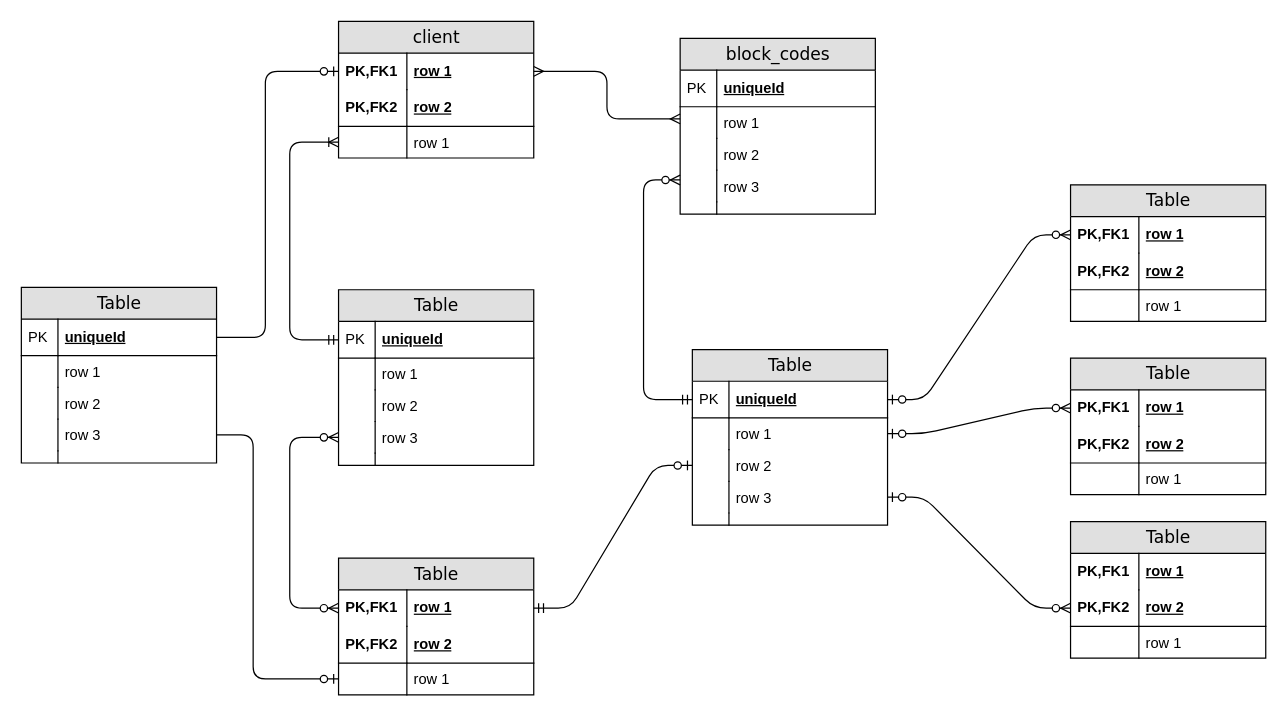
The draw.io diagram DataBase/Диаграмма без названия.drawio in Zireael239/---, before the edit. Source tidied: cells renumbered, new cells numbered last; positions are measured from the earlier drawing's top-left corner, leaving out a move shared by most shapes. Both pictures are drawn from the tidied source at 122%, with x=0, y=0 at pixel (21, 21).
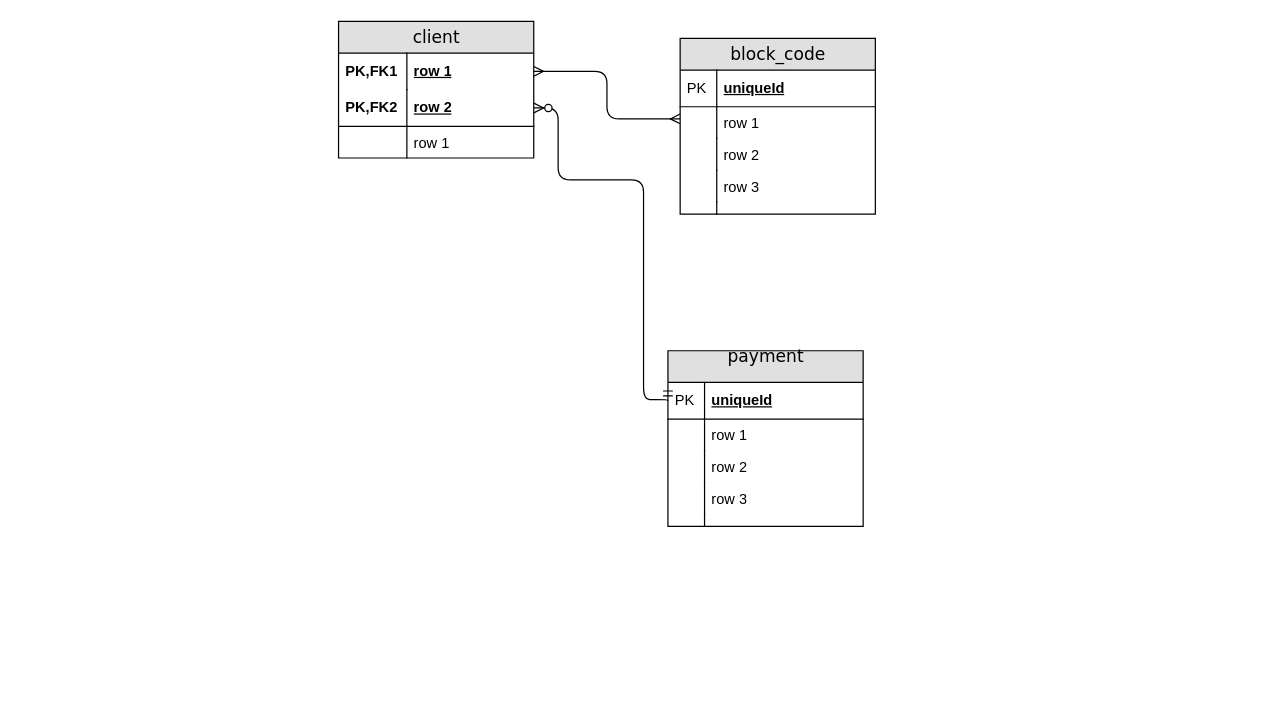
The same diagram, later.

The change refers to these unchanged cells:
```xml
<mxCell id="3" value="row 1" style="shape=partialRectangle;top=0;left=0;right=0;bottom=0;html=1;align=left;verticalAlign=middle;fillColor=none;spacingLeft=60;spacingRight=4;whiteSpace=wrap;overflow=hidden;points=[[0,0.5],[1,0.5]];portConstraint=eastwest;fontStyle=5;" parent="2" vertex="1">
  <mxGeometry y="26" width="160" height="30" as="geometry" />
</mxCell>
<mxCell id="5" value="row 2" style="shape=partialRectangle;top=0;left=0;right=0;bottom=1;html=1;align=left;verticalAlign=middle;fillColor=none;spacingLeft=60;spacingRight=4;whiteSpace=wrap;overflow=hidden;points=[[0,0.5],[1,0.5]];portConstraint=eastwest;fontStyle=5;" parent="2" vertex="1">
  <mxGeometry y="56" width="160" height="30" as="geometry" />
</mxCell>
<mxCell id="7" value="row 1" style="shape=partialRectangle;top=0;left=0;right=0;bottom=0;html=1;align=left;verticalAlign=top;fillColor=none;spacingLeft=60;spacingRight=4;whiteSpace=wrap;overflow=hidden;points=[[0,0.5],[1,0.5]];portConstraint=eastwest;" parent="2" vertex="1">
  <mxGeometry y="86" width="160" height="26" as="geometry" />
</mxCell>
<mxCell id="16" value="row 3" style="shape=partialRectangle;top=0;left=0;right=0;bottom=0;html=1;align=left;verticalAlign=top;fillColor=none;spacingLeft=34;spacingRight=4;whiteSpace=wrap;overflow=hidden;points=[[0,0.5],[1,0.5]];portConstraint=eastwest;" parent="9" vertex="1">
  <mxGeometry y="108" width="160" height="26" as="geometry" />
</mxCell>
<mxCell id="32" value="uniqueId" style="shape=partialRectangle;top=0;left=0;right=0;bottom=1;html=1;align=left;verticalAlign=middle;fillColor=none;spacingLeft=34;spacingRight=4;whiteSpace=wrap;overflow=hidden;points=[[0,0.5],[1,0.5]];portConstraint=eastwest;fontStyle=5;" parent="31" vertex="1">
  <mxGeometry y="26" width="160" height="30" as="geometry" />
</mxCell>
<mxCell id="34" value="row 1" style="shape=partialRectangle;top=0;left=0;right=0;bottom=0;html=1;align=left;verticalAlign=top;fillColor=none;spacingLeft=34;spacingRight=4;whiteSpace=wrap;overflow=hidden;points=[[0,0.5],[1,0.5]];portConstraint=eastwest;" parent="31" vertex="1">
  <mxGeometry y="56" width="160" height="26" as="geometry" />
</mxCell>
<mxCell id="36" value="row 2" style="shape=partialRectangle;top=0;left=0;right=0;bottom=0;html=1;align=left;verticalAlign=top;fillColor=none;spacingLeft=34;spacingRight=4;whiteSpace=wrap;overflow=hidden;points=[[0,0.5],[1,0.5]];portConstraint=eastwest;" parent="31" vertex="1">
  <mxGeometry y="82" width="160" height="26" as="geometry" />
</mxCell>
<mxCell id="38" value="row 3" style="shape=partialRectangle;top=0;left=0;right=0;bottom=0;html=1;align=left;verticalAlign=top;fillColor=none;spacingLeft=34;spacingRight=4;whiteSpace=wrap;overflow=hidden;points=[[0,0.5],[1,0.5]];portConstraint=eastwest;" parent="31" vertex="1">
  <mxGeometry y="108" width="160" height="26" as="geometry" />
</mxCell>
```

What changed in the source:
```diff
@@
-    <mxCell id="9" value="block_codes" style="swimlane;html=1;fontStyle=0;horizontal=1;startSize=26;fillColor=#e0e0e0;swimlaneFillColor=#ffffff;align=center;rounded=0;shadow=0;comic=0;labelBackgroundColor=none;strokeWidth=1;fontFamily=Verdana;fontSize=14;swimlaneLine=1;" parent="1" vertex="1">
+    <mxCell id="9" value="block_code" style="swimlane;html=1;fontStyle=0;horizontal=1;startSize=26;fillColor=#e0e0e0;swimlaneFillColor=#ffffff;align=center;rounded=0;shadow=0;comic=0;labelBackgroundColor=none;strokeWidth=1;fontFamily=Verdana;fontSize=14;swimlaneLine=1;" parent="1" vertex="1">
       <mxGeometry x="540" y="14" width="160" height="144" as="geometry" />
     </mxCell>
@@
-    <mxCell id="20" value="Table" style="swimlane;html=1;fontStyle=0;horizontal=1;startSize=26;fillColor=#e0e0e0;swimlaneFillColor=#ffffff;align=center;rounded=0;shadow=0;comic=0;labelBackgroundColor=none;strokeWidth=1;fontFamily=Verdana;fontSize=14;" parent="1" vertex="1">
-      <mxGeometry x="260" y="220" width="160" height="144" as="geometry" />
-    </mxCell>
-    <mxCell id="21" value="uniqueId" style="shape=partialRectangle;top=0;left=0;right=0;bottom=1;html=1;align=left;verticalAlign=middle;fillColor=none;spacingLeft=34;spacingRight=4;whiteSpace=wrap;overflow=hidden;points=[[0,0.5],[1,0.5]];portConstraint=eastwest;fontStyle=5;" parent="20" vertex="1">
-      <mxGeometry y="26" width="160" height="30" as="geometry" />
-    </mxCell>
-    <mxCell id="22" value="PK" style="shape=partialRectangle;top=0;left=0;bottom=0;html=1;fillColor=none;align=left;verticalAlign=middle;spacingLeft=4;spacingRight=4;whiteSpace=wrap;overflow=hidden;" parent="21" vertex="1">
-      <mxGeometry width="30" height="30" as="geometry" />
-    </mxCell>
-    <mxCell id="23" value="row 1" style="shape=partialRectangle;top=0;left=0;right=0;bottom=0;html=1;align=left;verticalAlign=top;fillColor=none;spacingLeft=34;spacingRight=4;whiteSpace=wrap;overflow=hidden;" parent="20" vertex="1">
-      <mxGeometry y="56" width="160" height="26" as="geometry" />
-    </mxCell>
-    <mxCell id="24" style="shape=partialRectangle;top=0;left=0;bottom=0;html=1;fillColor=none;align=left;verticalAlign=top;spacingLeft=4;spacingRight=4;whiteSpace=wrap;overflow=hidden;" parent="23" vertex="1">
-      <mxGeometry width="30" height="26" as="geometry" />
-    </mxCell>
-    <mxCell id="25" value="row 2" style="shape=partialRectangle;top=0;left=0;right=0;bottom=0;html=1;align=left;verticalAlign=top;fillColor=none;spacingLeft=34;spacingRight=4;whiteSpace=wrap;overflow=hidden;" parent="20" vertex="1">
-      <mxGeometry y="82" width="160" height="26" as="geometry" />
-    </mxCell>
-    <mxCell id="26" style="shape=partialRectangle;top=0;left=0;bottom=0;html=1;fillColor=none;align=left;verticalAlign=top;spacingLeft=4;spacingRight=4;whiteSpace=wrap;overflow=hidden;" parent="25" vertex="1">
-      <mxGeometry width="30" height="26" as="geometry" />
-    </mxCell>
-    <mxCell id="27" value="row 3" style="shape=partialRectangle;top=0;left=0;right=0;bottom=0;html=1;align=left;verticalAlign=top;fillColor=none;spacingLeft=34;spacingRight=4;whiteSpace=wrap;overflow=hidden;points=[[0,0.5],[1,0.5]];portConstraint=eastwest;" parent="20" vertex="1">
-      <mxGeometry y="108" width="160" height="26" as="geometry" />
-    </mxCell>
-    <mxCell id="28" style="shape=partialRectangle;top=0;left=0;bottom=0;html=1;fillColor=none;align=left;verticalAlign=top;spacingLeft=4;spacingRight=4;whiteSpace=wrap;overflow=hidden;" parent="27" vertex="1">
-      <mxGeometry width="30" height="26" as="geometry" />
-    </mxCell>
-    <mxCell id="29" style="shape=partialRectangle;top=0;left=0;right=0;bottom=0;html=1;align=left;verticalAlign=top;fillColor=none;spacingLeft=34;spacingRight=4;whiteSpace=wrap;overflow=hidden;" parent="20" vertex="1">
-      <mxGeometry y="134" width="160" height="10" as="geometry" />
-    </mxCell>
-    <mxCell id="30" style="shape=partialRectangle;top=0;left=0;bottom=0;html=1;fillColor=none;align=left;verticalAlign=top;spacingLeft=4;spacingRight=4;whiteSpace=wrap;overflow=hidden;" parent="29" vertex="1">
-      <mxGeometry width="30" height="10" as="geometry" />
-    </mxCell>
-    <mxCell id="31" value="Table" style="swimlane;html=1;fontStyle=0;horizontal=1;startSize=26;fillColor=#e0e0e0;swimlaneFillColor=#ffffff;align=center;rounded=0;shadow=0;comic=0;labelBackgroundColor=none;strokeWidth=1;fontFamily=Verdana;fontSize=14;" parent="1" vertex="1">
-      <mxGeometry x="550" y="269" width="160" height="144" as="geometry" />
+    <mxCell id="31" value="payment&lt;div&gt;&lt;br&gt;&lt;/div&gt;" style="swimlane;html=1;fontStyle=0;horizontal=1;startSize=26;fillColor=#e0e0e0;swimlaneFillColor=#ffffff;align=center;rounded=0;shadow=0;comic=0;labelBackgroundColor=none;strokeWidth=1;fontFamily=Verdana;fontSize=14;" parent="1" vertex="1">
+      <mxGeometry x="530" y="270" width="160" height="144" as="geometry" />
     </mxCell>
@@
-    <mxCell id="42" value="Table" style="swimlane;html=1;fontStyle=0;horizontal=1;startSize=26;fillColor=#e0e0e0;swimlaneFillColor=#ffffff;align=center;rounded=0;shadow=0;comic=0;labelBackgroundColor=none;strokeWidth=1;fontFamily=Verdana;fontSize=14;" parent="1" vertex="1">
-      <mxGeometry x="860" y="134" width="160" height="112" as="geometry" />
-    </mxCell>
-    <mxCell id="43" value="row 1" style="shape=partialRectangle;top=0;left=0;right=0;bottom=0;html=1;align=left;verticalAlign=middle;fillColor=none;spacingLeft=60;spacingRight=4;whiteSpace=wrap;overflow=hidden;points=[[0,0.5],[1,0.5]];portConstraint=eastwest;fontStyle=5;" parent="42" vertex="1">
-      <mxGeometry y="26" width="160" height="30" as="geometry" />
-    </mxCell>
-    <mxCell id="44" value="PK,FK1" style="shape=partialRectangle;fontStyle=1;top=0;left=0;bottom=0;html=1;fillColor=none;align=left;verticalAlign=middle;spacingLeft=4;spacingRight=4;whiteSpace=wrap;overflow=hidden;" parent="43" vertex="1">
-      <mxGeometry width="56" height="30" as="geometry" />
-    </mxCell>
-    <mxCell id="45" value="row 2" style="shape=partialRectangle;top=0;left=0;right=0;bottom=1;html=1;align=left;verticalAlign=middle;fillColor=none;spacingLeft=60;spacingRight=4;whiteSpace=wrap;overflow=hidden;fontStyle=5;" parent="42" vertex="1">
-      <mxGeometry y="56" width="160" height="30" as="geometry" />
-    </mxCell>
-    <mxCell id="46" value="PK,FK2" style="shape=partialRectangle;fontStyle=1;top=0;left=0;bottom=0;html=1;fillColor=none;align=left;verticalAlign=middle;spacingLeft=4;spacingRight=4;whiteSpace=wrap;overflow=hidden;" parent="45" vertex="1">
-      <mxGeometry width="56" height="30" as="geometry" />
-    </mxCell>
-    <mxCell id="47" value="row 1" style="shape=partialRectangle;top=0;left=0;right=0;bottom=0;html=1;align=left;verticalAlign=top;fillColor=none;spacingLeft=60;spacingRight=4;whiteSpace=wrap;overflow=hidden;" parent="42" vertex="1">
-      <mxGeometry y="86" width="160" height="26" as="geometry" />
-    </mxCell>
-    <mxCell id="48" style="shape=partialRectangle;top=0;left=0;bottom=0;html=1;fillColor=none;align=left;verticalAlign=top;spacingLeft=4;spacingRight=4;whiteSpace=wrap;overflow=hidden;" parent="47" vertex="1">
-      <mxGeometry width="56" height="26" as="geometry" />
-    </mxCell>
-    <mxCell id="49" value="Table" style="swimlane;html=1;fontStyle=0;horizontal=1;startSize=26;fillColor=#e0e0e0;swimlaneFillColor=#ffffff;align=center;rounded=0;shadow=0;comic=0;labelBackgroundColor=none;strokeWidth=1;fontFamily=Verdana;fontSize=14;" parent="1" vertex="1">
-      <mxGeometry x="260" y="440" width="160" height="112" as="geometry" />
-    </mxCell>
-    <mxCell id="50" value="row 1" style="shape=partialRectangle;top=0;left=0;right=0;bottom=0;html=1;align=left;verticalAlign=middle;fillColor=none;spacingLeft=60;spacingRight=4;whiteSpace=wrap;overflow=hidden;points=[[0,0.5],[1,0.5]];portConstraint=eastwest;fontStyle=5;" parent="49" vertex="1">
-      <mxGeometry y="26" width="160" height="30" as="geometry" />
-    </mxCell>
-    <mxCell id="51" value="PK,FK1" style="shape=partialRectangle;fontStyle=1;top=0;left=0;bottom=0;html=1;fillColor=none;align=left;verticalAlign=middle;spacingLeft=4;spacingRight=4;whiteSpace=wrap;overflow=hidden;" parent="50" vertex="1">
-      <mxGeometry width="56" height="30" as="geometry" />
-    </mxCell>
-    <mxCell id="52" value="row 2" style="shape=partialRectangle;top=0;left=0;right=0;bottom=1;html=1;align=left;verticalAlign=middle;fillColor=none;spacingLeft=60;spacingRight=4;whiteSpace=wrap;overflow=hidden;fontStyle=5;" parent="49" vertex="1">
-      <mxGeometry y="56" width="160" height="30" as="geometry" />
-    </mxCell>
-    <mxCell id="53" value="PK,FK2" style="shape=partialRectangle;fontStyle=1;top=0;left=0;bottom=0;html=1;fillColor=none;align=left;verticalAlign=middle;spacingLeft=4;spacingRight=4;whiteSpace=wrap;overflow=hidden;" parent="52" vertex="1">
-      <mxGeometry width="56" height="30" as="geometry" />
-    </mxCell>
-    <mxCell id="54" value="row 1" style="shape=partialRectangle;top=0;left=0;right=0;bottom=0;html=1;align=left;verticalAlign=top;fillColor=none;spacingLeft=60;spacingRight=4;whiteSpace=wrap;overflow=hidden;points=[[0,0.5],[1,0.5]];portConstraint=eastwest;" parent="49" vertex="1">
-      <mxGeometry y="86" width="160" height="26" as="geometry" />
-    </mxCell>
-    <mxCell id="55" style="shape=partialRectangle;top=0;left=0;bottom=0;html=1;fillColor=none;align=left;verticalAlign=top;spacingLeft=4;spacingRight=4;whiteSpace=wrap;overflow=hidden;" parent="54" vertex="1">
-      <mxGeometry width="56" height="26" as="geometry" />
-    </mxCell>
-    <mxCell id="56" style="edgeStyle=orthogonalEdgeStyle;html=1;endArrow=ERoneToMany;startArrow=ERmandOne;labelBackgroundColor=none;fontFamily=Verdana;fontSize=14;entryX=0;entryY=0.5;exitX=0;exitY=0.5;" parent="1" edge="1" source="21" target="7">
-      <mxGeometry relative="1" as="geometry">
-        <Array as="points">
-          <mxPoint x="220" y="261" />
-          <mxPoint x="220" y="99" />
-        </Array>
-      </mxGeometry>
-    </mxCell>
-    <mxCell id="57" style="edgeStyle=orthogonalEdgeStyle;html=1;endArrow=ERzeroToMany;endFill=1;startArrow=ERzeroToMany;labelBackgroundColor=none;fontFamily=Verdana;fontSize=14;entryX=0;entryY=0.5;exitX=0;exitY=0.5;" parent="1" edge="1" source="50" target="27">
-      <mxGeometry relative="1" as="geometry">
-        <Array as="points">
-          <mxPoint x="220" y="481" />
-          <mxPoint x="220" y="341" />
-        </Array>
-      </mxGeometry>
-    </mxCell>
@@
-    <mxCell id="59" style="edgeStyle=orthogonalEdgeStyle;html=1;endArrow=ERzeroToMany;startArrow=ERmandOne;labelBackgroundColor=none;fontFamily=Verdana;fontSize=14;entryX=0;entryY=0.308;entryPerimeter=0;exitX=0;exitY=0.5;" parent="1" edge="1" source="32" target="16">
+    <mxCell id="59" style="edgeStyle=orthogonalEdgeStyle;html=1;endArrow=ERzeroToMany;startArrow=ERmandOne;labelBackgroundColor=none;fontFamily=Verdana;fontSize=14;exitX=0;exitY=0.5;" parent="1" edge="1" source="32" target="5">
       <mxGeometry relative="1" as="geometry">
         <Array as="points">
           <mxPoint x="510" y="310" />
           <mxPoint x="510" y="130" />
+          <mxPoint x="440" y="130" />
+          <mxPoint x="440" y="71" />
         </Array>
       </mxGeometry>
     </mxCell>
-    <mxCell id="60" style="edgeStyle=entityRelationEdgeStyle;html=1;endArrow=ERzeroToOne;startArrow=ERmandOne;labelBackgroundColor=none;fontFamily=Verdana;fontSize=14;exitX=1;exitY=0.5;entryX=0;entryY=0.5;" parent="1" edge="1" source="50" target="36">
-      <mxGeometry relative="1" as="geometry" />
-    </mxCell>
-    <mxCell id="61" style="edgeStyle=entityRelationEdgeStyle;html=1;endArrow=ERzeroToMany;startArrow=ERzeroToOne;labelBackgroundColor=none;fontFamily=Verdana;fontSize=14;entryX=0;entryY=0.5;exitX=1;exitY=0.5;" parent="1" edge="1" source="32" target="43">
-      <mxGeometry relative="1" as="geometry" />
-    </mxCell>
-    <mxCell id="62" value="Table" style="swimlane;html=1;fontStyle=0;horizontal=1;startSize=26;fillColor=#e0e0e0;swimlaneFillColor=#ffffff;align=center;rounded=0;shadow=0;comic=0;labelBackgroundColor=none;strokeWidth=1;fontFamily=Verdana;fontSize=14;" parent="1" vertex="1">
-      <mxGeometry x="860" y="276" width="160" height="112" as="geometry" />
-    </mxCell>
-    <mxCell id="63" value="row 1" style="shape=partialRectangle;top=0;left=0;right=0;bottom=0;html=1;align=left;verticalAlign=middle;fillColor=none;spacingLeft=60;spacingRight=4;whiteSpace=wrap;overflow=hidden;points=[[0,0.5],[1,0.5]];portConstraint=eastwest;fontStyle=5;" parent="62" vertex="1">
-      <mxGeometry y="26" width="160" height="30" as="geometry" />
-    </mxCell>
-    <mxCell id="64" value="PK,FK1" style="shape=partialRectangle;fontStyle=1;top=0;left=0;bottom=0;html=1;fillColor=none;align=left;verticalAlign=middle;spacingLeft=4;spacingRight=4;whiteSpace=wrap;overflow=hidden;" parent="63" vertex="1">
-      <mxGeometry width="56" height="30" as="geometry" />
-    </mxCell>
-    <mxCell id="65" value="row 2" style="shape=partialRectangle;top=0;left=0;right=0;bottom=1;html=1;align=left;verticalAlign=middle;fillColor=none;spacingLeft=60;spacingRight=4;whiteSpace=wrap;overflow=hidden;fontStyle=5;" parent="62" vertex="1">
-      <mxGeometry y="56" width="160" height="30" as="geometry" />
-    </mxCell>
-    <mxCell id="66" value="PK,FK2" style="shape=partialRectangle;fontStyle=1;top=0;left=0;bottom=0;html=1;fillColor=none;align=left;verticalAlign=middle;spacingLeft=4;spacingRight=4;whiteSpace=wrap;overflow=hidden;" parent="65" vertex="1">
-      <mxGeometry width="56" height="30" as="geometry" />
-    </mxCell>
-    <mxCell id="67" value="row 1" style="shape=partialRectangle;top=0;left=0;right=0;bottom=0;html=1;align=left;verticalAlign=top;fillColor=none;spacingLeft=60;spacingRight=4;whiteSpace=wrap;overflow=hidden;" parent="62" vertex="1">
-      <mxGeometry y="86" width="160" height="26" as="geometry" />
-    </mxCell>
-    <mxCell id="68" style="shape=partialRectangle;top=0;left=0;bottom=0;html=1;fillColor=none;align=left;verticalAlign=top;spacingLeft=4;spacingRight=4;whiteSpace=wrap;overflow=hidden;" parent="67" vertex="1">
-      <mxGeometry width="56" height="26" as="geometry" />
-    </mxCell>
-    <mxCell id="69" value="Table" style="swimlane;html=1;fontStyle=0;horizontal=1;startSize=26;fillColor=#e0e0e0;swimlaneFillColor=#ffffff;align=center;rounded=0;shadow=0;comic=0;labelBackgroundColor=none;strokeWidth=1;fontFamily=Verdana;fontSize=14;" parent="1" vertex="1">
-      <mxGeometry x="860" y="410" width="160" height="112" as="geometry" />
-    </mxCell>
-    <mxCell id="70" value="row 1" style="shape=partialRectangle;top=0;left=0;right=0;bottom=0;html=1;align=left;verticalAlign=middle;fillColor=none;spacingLeft=60;spacingRight=4;whiteSpace=wrap;overflow=hidden;fontStyle=5;" parent="69" vertex="1">
-      <mxGeometry y="26" width="160" height="30" as="geometry" />
-    </mxCell>
-    <mxCell id="71" value="PK,FK1" style="shape=partialRectangle;fontStyle=1;top=0;left=0;bottom=0;html=1;fillColor=none;align=left;verticalAlign=middle;spacingLeft=4;spacingRight=4;whiteSpace=wrap;overflow=hidden;" parent="70" vertex="1">
-      <mxGeometry width="56" height="30" as="geometry" />
-    </mxCell>
-    <mxCell id="72" value="row 2" style="shape=partialRectangle;top=0;left=0;right=0;bottom=1;html=1;align=left;verticalAlign=middle;fillColor=none;spacingLeft=60;spacingRight=4;whiteSpace=wrap;overflow=hidden;points=[[0,0.5],[1,0.5]];portConstraint=eastwest;fontStyle=5;" parent="69" vertex="1">
-      <mxGeometry y="56" width="160" height="30" as="geometry" />
-    </mxCell>
-    <mxCell id="73" value="PK,FK2" style="shape=partialRectangle;fontStyle=1;top=0;left=0;bottom=0;html=1;fillColor=none;align=left;verticalAlign=middle;spacingLeft=4;spacingRight=4;whiteSpace=wrap;overflow=hidden;" parent="72" vertex="1">
-      <mxGeometry width="56" height="30" as="geometry" />
-    </mxCell>
-    <mxCell id="74" value="row 1" style="shape=partialRectangle;top=0;left=0;right=0;bottom=0;html=1;align=left;verticalAlign=top;fillColor=none;spacingLeft=60;spacingRight=4;whiteSpace=wrap;overflow=hidden;" parent="69" vertex="1">
-      <mxGeometry y="86" width="160" height="26" as="geometry" />
-    </mxCell>
-    <mxCell id="75" style="shape=partialRectangle;top=0;left=0;bottom=0;html=1;fillColor=none;align=left;verticalAlign=top;spacingLeft=4;spacingRight=4;whiteSpace=wrap;overflow=hidden;" parent="74" vertex="1">
-      <mxGeometry width="56" height="26" as="geometry" />
-    </mxCell>
-    <mxCell id="76" style="edgeStyle=entityRelationEdgeStyle;html=1;endArrow=ERzeroToMany;startArrow=ERzeroToOne;labelBackgroundColor=none;fontFamily=Verdana;fontSize=14;entryX=0;entryY=0.5;exitX=1;exitY=0.5;" parent="1" edge="1" source="34" target="63">
-      <mxGeometry relative="1" as="geometry" />
-    </mxCell>
-    <mxCell id="77" style="edgeStyle=entityRelationEdgeStyle;html=1;endArrow=ERzeroToMany;startArrow=ERzeroToOne;labelBackgroundColor=none;fontFamily=Verdana;fontSize=14;entryX=0;entryY=0.5;exitX=1;exitY=0.5;" parent="1" edge="1" source="38" target="72">
-      <mxGeometry relative="1" as="geometry" />
-    </mxCell>
-    <mxCell id="78" value="Table" style="swimlane;html=1;fontStyle=0;horizontal=1;startSize=26;fillColor=#e0e0e0;swimlaneFillColor=#ffffff;align=center;rounded=0;shadow=0;comic=0;labelBackgroundColor=none;strokeWidth=1;fontFamily=Verdana;fontSize=14;" parent="1" vertex="1">
-      <mxGeometry y="218" width="160" height="144" as="geometry" />
-    </mxCell>
-    <mxCell id="79" value="uniqueId" style="shape=partialRectangle;top=0;left=0;right=0;bottom=1;html=1;align=left;verticalAlign=middle;fillColor=none;spacingLeft=34;spacingRight=4;whiteSpace=wrap;overflow=hidden;points=[[0,0.5],[1,0.5]];portConstraint=eastwest;fontStyle=5;" parent="78" vertex="1">
-      <mxGeometry y="26" width="160" height="30" as="geometry" />
-    </mxCell>
-    <mxCell id="80" value="PK" style="shape=partialRectangle;top=0;left=0;bottom=0;html=1;fillColor=none;align=left;verticalAlign=middle;spacingLeft=4;spacingRight=4;whiteSpace=wrap;overflow=hidden;" parent="79" vertex="1">
-      <mxGeometry width="30" height="30" as="geometry" />
-    </mxCell>
-    <mxCell id="81" value="row 1" style="shape=partialRectangle;top=0;left=0;right=0;bottom=0;html=1;align=left;verticalAlign=top;fillColor=none;spacingLeft=34;spacingRight=4;whiteSpace=wrap;overflow=hidden;" parent="78" vertex="1">
-      <mxGeometry y="56" width="160" height="26" as="geometry" />
-    </mxCell>
-    <mxCell id="82" style="shape=partialRectangle;top=0;left=0;bottom=0;html=1;fillColor=none;align=left;verticalAlign=top;spacingLeft=4;spacingRight=4;whiteSpace=wrap;overflow=hidden;" parent="81" vertex="1">
-      <mxGeometry width="30" height="26" as="geometry" />
-    </mxCell>
-    <mxCell id="83" value="row 2" style="shape=partialRectangle;top=0;left=0;right=0;bottom=0;html=1;align=left;verticalAlign=top;fillColor=none;spacingLeft=34;spacingRight=4;whiteSpace=wrap;overflow=hidden;" parent="78" vertex="1">
-      <mxGeometry y="82" width="160" height="26" as="geometry" />
-    </mxCell>
-    <mxCell id="84" style="shape=partialRectangle;top=0;left=0;bottom=0;html=1;fillColor=none;align=left;verticalAlign=top;spacingLeft=4;spacingRight=4;whiteSpace=wrap;overflow=hidden;" parent="83" vertex="1">
-      <mxGeometry width="30" height="26" as="geometry" />
-    </mxCell>
-    <mxCell id="85" value="row 3" style="shape=partialRectangle;top=0;left=0;right=0;bottom=0;html=1;align=left;verticalAlign=top;fillColor=none;spacingLeft=34;spacingRight=4;whiteSpace=wrap;overflow=hidden;points=[[0,0.5],[1,0.5]];portConstraint=eastwest;" parent="78" vertex="1">
-      <mxGeometry y="108" width="160" height="26" as="geometry" />
-    </mxCell>
-    <mxCell id="86" style="shape=partialRectangle;top=0;left=0;bottom=0;html=1;fillColor=none;align=left;verticalAlign=top;spacingLeft=4;spacingRight=4;whiteSpace=wrap;overflow=hidden;" parent="85" vertex="1">
-      <mxGeometry width="30" height="26" as="geometry" />
-    </mxCell>
-    <mxCell id="87" style="shape=partialRectangle;top=0;left=0;right=0;bottom=0;html=1;align=left;verticalAlign=top;fillColor=none;spacingLeft=34;spacingRight=4;whiteSpace=wrap;overflow=hidden;" parent="78" vertex="1">
-      <mxGeometry y="134" width="160" height="10" as="geometry" />
-    </mxCell>
-    <mxCell id="88" style="shape=partialRectangle;top=0;left=0;bottom=0;html=1;fillColor=none;align=left;verticalAlign=top;spacingLeft=4;spacingRight=4;whiteSpace=wrap;overflow=hidden;" parent="87" vertex="1">
-      <mxGeometry width="30" height="10" as="geometry" />
-    </mxCell>
-    <mxCell id="89" style="edgeStyle=orthogonalEdgeStyle;html=1;endArrow=ERzeroToOne;endFill=1;labelBackgroundColor=none;fontFamily=Verdana;fontSize=14;entryX=0;entryY=0.5;exitX=1;exitY=0.5;" parent="1" edge="1" source="79" target="3">
-      <mxGeometry relative="1" as="geometry">
-        <Array as="points">
-          <mxPoint x="200" y="259" />
-          <mxPoint x="200" y="41" />
-        </Array>
-      </mxGeometry>
-    </mxCell>
-    <mxCell id="90" style="edgeStyle=orthogonalEdgeStyle;html=1;endArrow=ERzeroToOne;endFill=1;labelBackgroundColor=none;fontFamily=Verdana;fontSize=14;entryX=0;entryY=0.5;exitX=1;exitY=0.5;" parent="1" edge="1" source="85" target="54">
-      <mxGeometry relative="1" as="geometry">
-        <Array as="points">
-          <mxPoint x="190" y="339" />
-          <mxPoint x="190" y="539" />
-        </Array>
-      </mxGeometry>
-    </mxCell>
```
